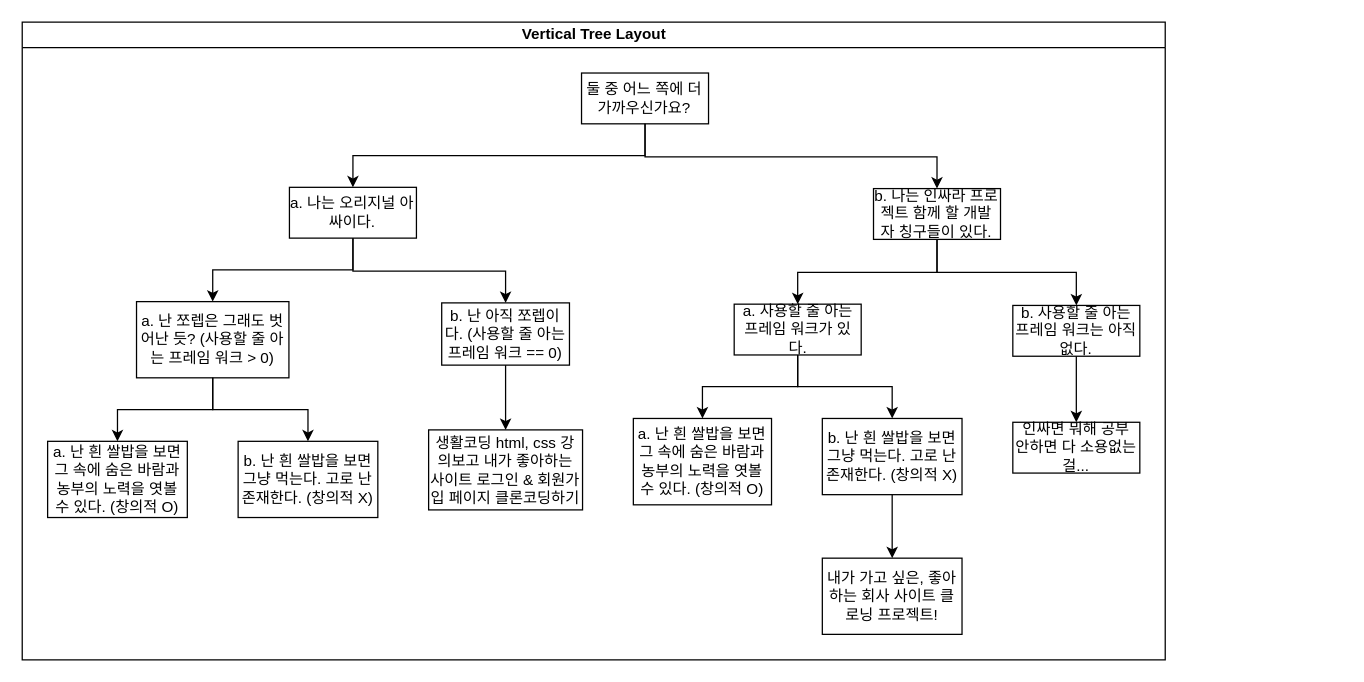
Before: src/question.drawio in seonjakim/side_project, a draw.io diagram. Source tidied: cells renumbered, new cells numbered last; positions are measured from the earlier drawing's top-left corner, leaving out a move shared by most shapes. Both pictures are drawn from the tidied source at 127%, with x=0, y=0 at pixel (22, 22).
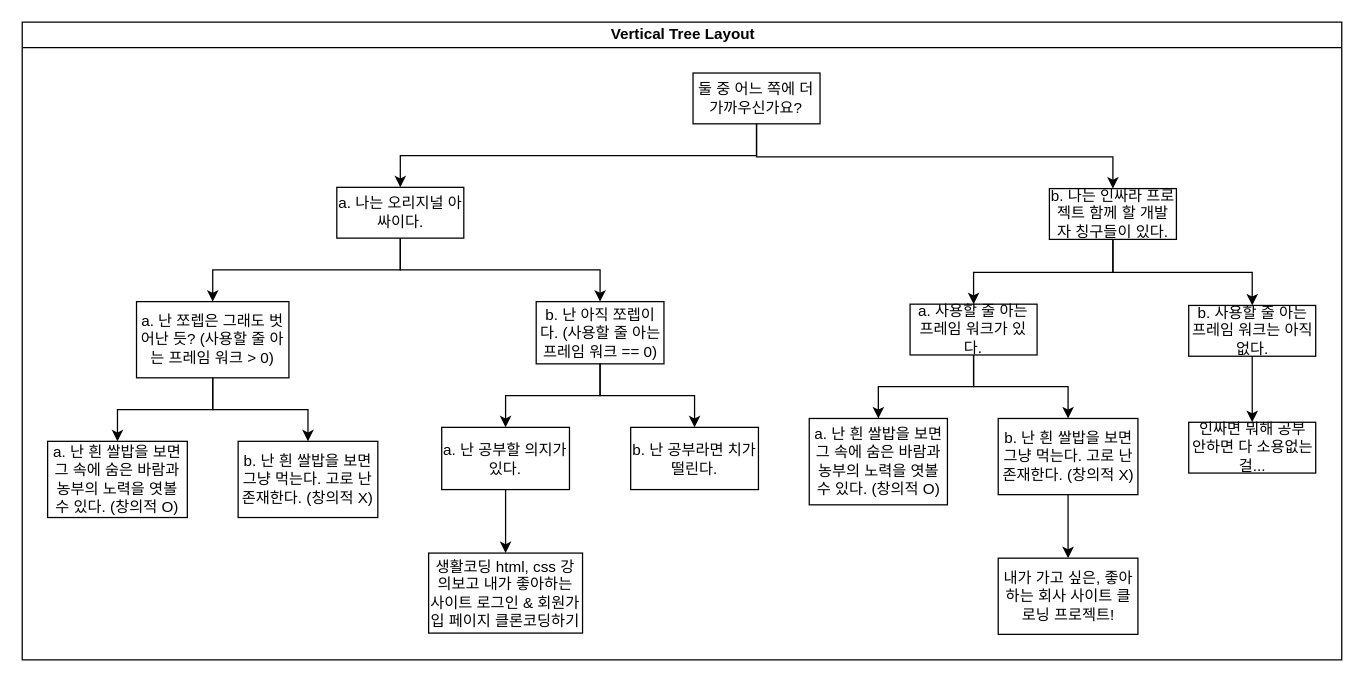
After the change.

The edit, as a diff of the source:
```diff
@@
     <mxCell id="2" value="Vertical Tree Layout" style="swimlane;html=1;startSize=20;horizontal=1;horizontalTree=0;containerType=tree;" parent="1" vertex="1">
-      <mxGeometry width="900" height="502" as="geometry" />
+      <mxGeometry width="1039" height="502" as="geometry" />
     </mxCell>
     <mxCell id="3" value="둘 중 어느 쪽에 더 가까우신가요?" style="whiteSpace=wrap;html=1;" parent="2" vertex="1">
-      <mxGeometry x="440.4" y="40" width="100" height="40" as="geometry" />
+      <mxGeometry x="528.2" y="40" width="100" height="40" as="geometry" />
     </mxCell>
     <mxCell id="4" value="a. 나는 오리지널 아싸이다." style="whiteSpace=wrap;html=1;" parent="2" vertex="1">
-      <mxGeometry x="210.4" y="130" width="100" height="40" as="geometry" />
+      <mxGeometry x="247.7" y="130" width="100" height="40" as="geometry" />
     </mxCell>
@@
     <mxCell id="6" value="b. 나는 인싸라 프로젝트 함께 할 개발자 칭구들이 있다." style="whiteSpace=wrap;html=1;" parent="2" vertex="1">
-      <mxGeometry x="670.3" y="131" width="100" height="40" as="geometry" />
+      <mxGeometry x="808.8" y="131" width="100" height="40" as="geometry" />
     </mxCell>
@@
     <mxCell id="11" value="b. 난 아직 쪼렙이다. (사용할 줄 아는 프레임 워크 == 0)" style="whiteSpace=wrap;html=1;" parent="2" vertex="1">
-      <mxGeometry x="330.3" y="221" width="100.6" height="49" as="geometry" />
+      <mxGeometry x="404.7" y="220" width="100.6" height="49" as="geometry" />
     </mxCell>
@@
     <mxCell id="13" value="a. 사용할 줄 아는 프레임 워크가 있다." style="whiteSpace=wrap;html=1;" parent="2" vertex="1">
-      <mxGeometry x="560.6" y="222" width="100" height="40" as="geometry" />
+      <mxGeometry x="699.1" y="222" width="100" height="40" as="geometry" />
     </mxCell>
@@
     <mxCell id="15" value="b. 사용할 줄 아는 프레임 워크는 아직 없다." style="whiteSpace=wrap;html=1;" parent="2" vertex="1">
-      <mxGeometry x="780" y="223" width="100" height="40" as="geometry" />
+      <mxGeometry x="918.5" y="223" width="100" height="40" as="geometry" />
     </mxCell>
-    <mxCell id="16" style="edgeStyle=elbowEdgeStyle;elbow=vertical;html=1;rounded=0;" parent="2" edge="1" source="11" target="17">
-      <mxGeometry relative="1" as="geometry" />
+    <mxCell id="16" style="edgeStyle=elbowEdgeStyle;elbow=vertical;html=1;rounded=0;" parent="2" edge="1" target="17">
+      <mxGeometry relative="1" as="geometry">
+        <mxPoint x="433.5" y="435.1" as="sourcePoint" />
+      </mxGeometry>
     </mxCell>
     <mxCell id="17" value="생활코딩 html, css 강의보고 내가 좋아하는 사이트 로그인 &amp;amp; 회원가입 페이지 클론코딩하기" style="whiteSpace=wrap;html=1;" parent="2" vertex="1">
-      <mxGeometry x="320" y="321" width="121.2" height="63" as="geometry" />
+      <mxGeometry x="320" y="418" width="121.2" height="63" as="geometry" />
     </mxCell>
@@
     <mxCell id="23" value="인싸면 뭐해 공부 안하면 다 소용없는 걸..." style="whiteSpace=wrap;html=1;" parent="2" vertex="1">
-      <mxGeometry x="780" y="315" width="100" height="40" as="geometry" />
+      <mxGeometry x="918.5" y="315" width="100" height="40" as="geometry" />
     </mxCell>
@@
     <mxCell id="25" value="a. 난 흰 쌀밥을 보면 그 속에 숨은 바람과 농부의 노력을 엿볼 수 있다. (창의적 O)" style="whiteSpace=wrap;html=1;" parent="2" vertex="1">
-      <mxGeometry x="481.2" y="312" width="108.8" height="68" as="geometry" />
+      <mxGeometry x="619.7" y="312" width="108.8" height="68" as="geometry" />
     </mxCell>
@@
     <mxCell id="27" value="b. 난 흰 쌀밥을 보면 그냥 먹는다. 고로 난 존재한다. (창의적 X)" style="whiteSpace=wrap;html=1;" parent="2" vertex="1">
-      <mxGeometry x="630" y="312" width="110" height="60" as="geometry" />
+      <mxGeometry x="768.5" y="312" width="110" height="60" as="geometry" />
     </mxCell>
@@
     <mxCell id="29" value="내가 가고 싶은, 좋아하는 회사 사이트 클로닝 프로젝트!" style="whiteSpace=wrap;html=1;" parent="2" vertex="1">
-      <mxGeometry x="630" y="422" width="110" height="60" as="geometry" />
+      <mxGeometry x="768.5" y="422" width="110" height="60" as="geometry" />
     </mxCell>
+    <mxCell id="30" style="edgeStyle=elbowEdgeStyle;elbow=vertical;html=1;rounded=0;" parent="2" edge="1" source="11" target="32">
+      <mxGeometry relative="1" as="geometry" />
+    </mxCell>
+    <mxCell id="31" style="edgeStyle=orthogonalEdgeStyle;rounded=0;jettySize=auto;html=1;" parent="2" edge="1" source="32" target="17">
+      <mxGeometry relative="1" as="geometry" />
+    </mxCell>
+    <mxCell id="32" value="a. 난 공부할 의지가 있다." style="whiteSpace=wrap;html=1;" parent="2" vertex="1">
+      <mxGeometry x="330.3" y="319" width="100.6" height="49" as="geometry" />
+    </mxCell>
+    <mxCell id="33" style="edgeStyle=elbowEdgeStyle;elbow=vertical;html=1;rounded=0;" parent="2" edge="1" source="11" target="34">
+      <mxGeometry relative="1" as="geometry" />
+    </mxCell>
+    <mxCell id="34" value="b. 난 공부라면 치가 떨린다." style="whiteSpace=wrap;html=1;" parent="2" vertex="1">
+      <mxGeometry x="479.1" y="319" width="100.6" height="49" as="geometry" />
+    </mxCell>
```
